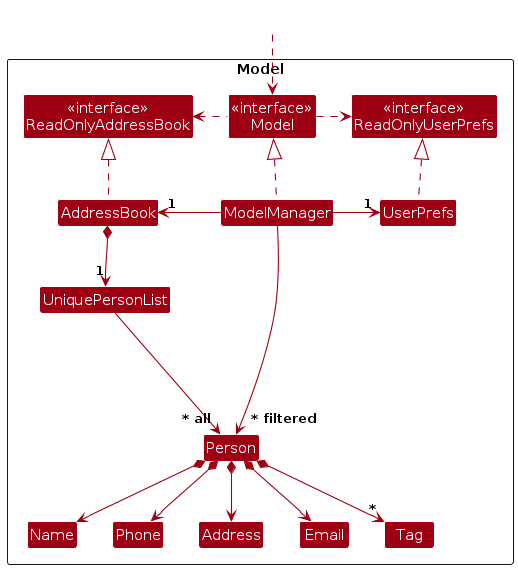
The PlantUML diagram diagrams/ModelClassDiagram.png in AY2627S1-CS2103T-W14-2/tp, before a commit. Its source is kept beside it as diagrams/ModelClassDiagram.puml. The source it was exported from:
```plantuml
@startuml
!include style.puml
skinparam arrowThickness 1.1
skinparam arrowColor MODEL_COLOR
skinparam classBackgroundColor MODEL_COLOR

Package Model as ModelPackage <<Rectangle>>{
Class "<<interface>>\nReadOnlyAddressBook" as ReadOnlyAddressBook
Class "<<interface>>\nReadOnlyUserPrefs" as ReadOnlyUserPrefs
Class "<<interface>>\nModel" as Model
Class AddressBook
Class ModelManager
Class UserPrefs

Class UniquePersonList
Class Person
Class Address
Class Email
Class Name
Class Phone
Class Tag

Class I #FFFFFF
}

Class HiddenOutside #FFFFFF
HiddenOutside ..> Model

AddressBook .up.|> ReadOnlyAddressBook

ModelManager .up.|> Model
Model .right.> ReadOnlyUserPrefs
Model .left.> ReadOnlyAddressBook
ModelManager -left-> "1" AddressBook
ModelManager -right-> "1" UserPrefs
UserPrefs .up.|> ReadOnlyUserPrefs

AddressBook *--> "1" UniquePersonList
UniquePersonList --> "~* all" Person
Person *--> Name
Person *--> Phone
Person *--> Email
Person *--> Address
Person *--> "*" Tag

Person -[hidden]up--> I
UniquePersonList -[hidden]right-> I

Name -[hidden]right-> Phone
Phone -[hidden]right-> Address
Address -[hidden]right-> Email

ModelManager --> "~* filtered" Person
@enduml
```
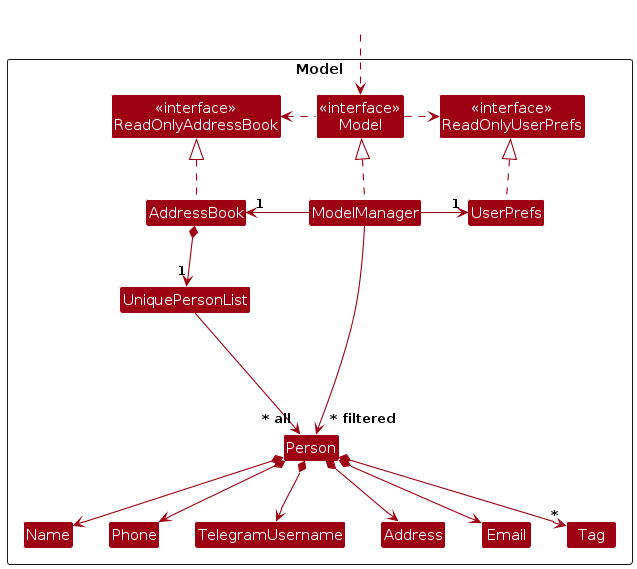
After the change.

Change to the diagram source:
```diff
@@ -18,6 +18,7 @@
 Class Email
 Class Name
 Class Phone
+Class TelegramUsername
 Class Tag
 
 Class I #FFFFFF
@@ -40,6 +41,7 @@
 Person *--> Name
 Person *--> Phone
 Person *--> Email
+Person *--> TelegramUsername
 Person *--> Address
 Person *--> "*" Tag
 
@@ -47,7 +49,8 @@
 UniquePersonList -[hidden]right-> I
 
 Name -[hidden]right-> Phone
-Phone -[hidden]right-> Address
+Phone -[hidden]right-> TelegramUsername
+TelegramUsername -[hidden]right-> Address
 Address -[hidden]right-> Email
 
 ModelManager --> "~* filtered" Person
```
